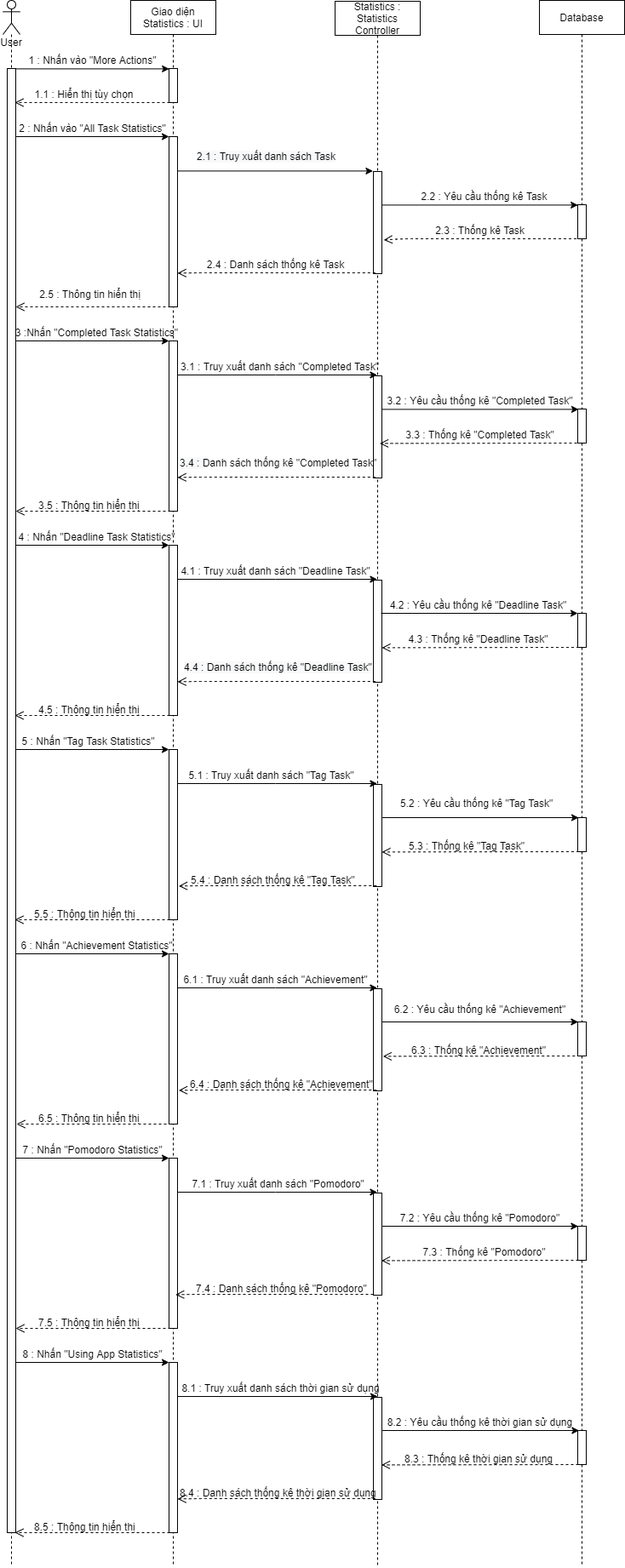
Before: ToDoApp-Doc/Document/Diagram/Sequence Diagram/Statistics/Statistics_SequenceDiagram.png, a diagram exported from draw.io (Merevoli-DatLuu/To-Do-App). Source tidied: cells renumbered, new cells last; positions are measured from the earlier drawing's top-left corner, leaving out a move shared by most shapes.
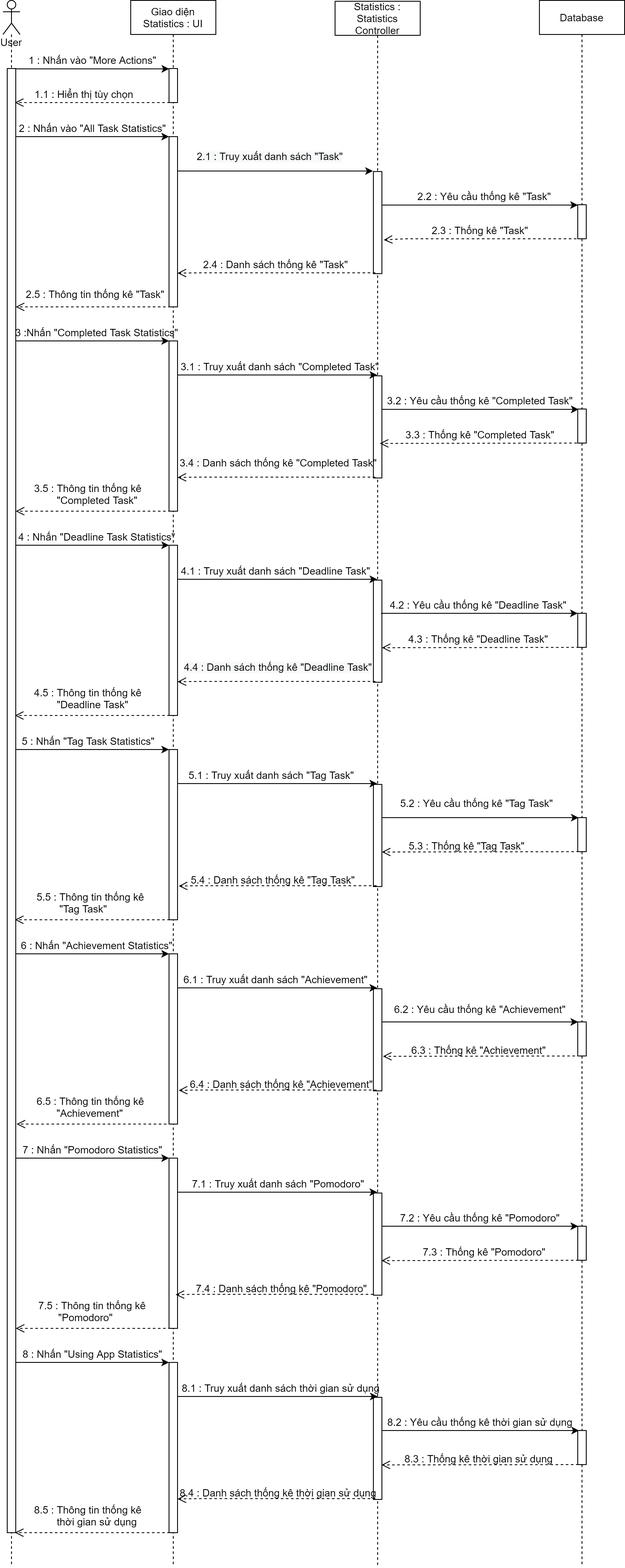
Above is the later version.

Commit message:
[Modified] : Statistics_SequenceDiagram Image

The edit, as a diff of the source:
```diff
@@ -109,8 +109,8 @@
     <mxCell id="36" style="edgeStyle=none;rounded=0;jettySize=auto;html=1;entryX=0.02;entryY=0.01;entryDx=0;entryDy=0;entryPerimeter=0;" parent="1" edge="1" source="22" target="3">
       <mxGeometry relative="1" as="geometry" />
     </mxCell>
-    <mxCell id="37" value="2.2 : Yêu cầu thống kê Task" style="text;html=1;align=center;verticalAlign=middle;" parent="1" vertex="1">
-      <mxGeometry x="485" y="220" width="160" height="20" as="geometry" />
+    <mxCell id="37" value="2.2 : Yêu cầu thống kê &quot;Task&quot;" style="text;html=1;align=center;verticalAlign=middle;" parent="1" vertex="1">
+      <mxGeometry x="480" y="220" width="170" height="20" as="geometry" />
     </mxCell>
     <mxCell id="38" style="html=1;verticalAlign=bottom;endArrow=open;dashed=1;endSize=8;entryX=1.22;entryY=0.67;entryDx=0;entryDy=0;entryPerimeter=0;" parent="1" edge="1" source="2" target="22">
       <mxGeometry relative="1" as="geometry">
@@ -119,11 +119,11 @@
         </Array>
       </mxGeometry>
     </mxCell>
-    <mxCell id="39" value="2.3 : Thống kê Task" style="text;html=1;align=center;verticalAlign=middle;" parent="1" vertex="1">
-      <mxGeometry x="500" y="260" width="120" height="20" as="geometry" />
+    <mxCell id="39" value="2.3 : Thống kê &quot;Task&quot;" style="text;html=1;align=center;verticalAlign=middle;" parent="1" vertex="1">
+      <mxGeometry x="495" y="260" width="130" height="20" as="geometry" />
     </mxCell>
-    <mxCell id="40" value="2.5 : Thông tin hiển thị" style="text;html=1;align=center;verticalAlign=middle;" parent="1" vertex="1">
-      <mxGeometry x="37" y="335" width="130" height="20" as="geometry" />
+    <mxCell id="40" value="2.5 :&amp;nbsp;&lt;span style=&quot;font-family: &amp;#34;helvetica&amp;#34; ; text-align: left&quot;&gt;Thông tin&amp;nbsp;&lt;/span&gt;&lt;span style=&quot;font-family: &amp;#34;helvetica&amp;#34; ; text-align: left&quot;&gt;thống kê&lt;/span&gt;&amp;nbsp;&quot;Task&quot;" style="text;html=1;align=center;verticalAlign=middle;" parent="1" vertex="1">
+      <mxGeometry x="17.5" y="335" width="180" height="20" as="geometry" />
     </mxCell>
     <mxCell id="41" style="edgeStyle=none;rounded=0;jettySize=auto;html=1;" parent="1" edge="1" target="14">
       <mxGeometry relative="1" as="geometry">
@@ -176,8 +176,8 @@
         <mxPoint x="15" y="360" as="targetPoint" />
       </mxGeometry>
     </mxCell>
-    <mxCell id="52" value="&lt;span style=&quot;text-align: center&quot;&gt;3.5 : Thông tin hiển thị&lt;/span&gt;" style="text;whiteSpace=wrap;html=1;" parent="1" vertex="1">
-      <mxGeometry x="40" y="580" width="130" height="30" as="geometry" />
+    <mxCell id="52" value="&lt;span style=&quot;text-align: center&quot;&gt;3.5 :&amp;nbsp;&lt;/span&gt;&lt;span style=&quot;font-family: &amp;#34;helvetica&amp;#34;&quot;&gt;Thông tin&amp;nbsp;&lt;/span&gt;&lt;span style=&quot;font-family: &amp;#34;helvetica&amp;#34;&quot;&gt;thống kê&amp;nbsp; &amp;nbsp; &amp;nbsp; &amp;nbsp; &amp;nbsp; &amp;nbsp; &quot;Completed Task&quot;&lt;/span&gt;" style="text;whiteSpace=wrap;html=1;" parent="1" vertex="1">
+      <mxGeometry x="35" y="560" width="140" height="40" as="geometry" />
     </mxCell>
     <mxCell id="53" style="html=1;verticalAlign=bottom;endArrow=open;dashed=1;endSize=8;" parent="1" edge="1">
       <mxGeometry relative="1" as="geometry">
@@ -194,8 +194,8 @@
         </Array>
       </mxGeometry>
     </mxCell>
-    <mxCell id="55" value="2.4 : Danh sách thống kê Task" style="text;html=1;align=center;verticalAlign=middle;" parent="1" vertex="1">
-      <mxGeometry x="230" y="300" width="180" height="20" as="geometry" />
+    <mxCell id="55" value="2.4 : Danh sách thống kê &quot;Task&quot;" style="text;html=1;align=center;verticalAlign=middle;" parent="1" vertex="1">
+      <mxGeometry x="225" y="300" width="190" height="20" as="geometry" />
     </mxCell>
     <mxCell id="56" style="html=1;verticalAlign=bottom;endArrow=open;dashed=1;endSize=8;entryX=1.22;entryY=0.67;entryDx=0;entryDy=0;entryPerimeter=0;" parent="1" edge="1">
       <mxGeometry relative="1" as="geometry">
@@ -260,8 +260,8 @@
     <mxCell id="74" value="8.2 : Yêu cầu thống kê thời gian sử dụng" style="text;html=1;align=center;verticalAlign=middle;" parent="1" vertex="1">
       <mxGeometry x="445" y="1660" width="230" height="20" as="geometry" />
     </mxCell>
-    <mxCell id="75" value="&lt;span style=&quot;text-align: center&quot;&gt;4.5 : Thông tin hiển thị&lt;/span&gt;" style="text;whiteSpace=wrap;html=1;" parent="1" vertex="1">
-      <mxGeometry x="40" y="820" width="150" height="30" as="geometry" />
+    <mxCell id="75" value="&lt;span style=&quot;text-align: center&quot;&gt;4.5 :&amp;nbsp;&lt;/span&gt;&lt;span style=&quot;font-family: &amp;#34;helvetica&amp;#34;&quot;&gt;Thông tin&amp;nbsp;&lt;/span&gt;&lt;span style=&quot;font-family: &amp;#34;helvetica&amp;#34;&quot;&gt;thống kê&amp;nbsp; &amp;nbsp; &amp;nbsp; &amp;nbsp; &amp;nbsp; &amp;nbsp; &amp;nbsp; &quot;Deadline Task&quot;&lt;/span&gt;" style="text;whiteSpace=wrap;html=1;" parent="1" vertex="1">
+      <mxGeometry x="35" y="800" width="150" height="30" as="geometry" />
     </mxCell>
     <mxCell id="76" style="html=1;verticalAlign=bottom;endArrow=open;dashed=1;endSize=8;" parent="1" edge="1">
       <mxGeometry relative="1" as="geometry">
@@ -359,8 +359,8 @@
         </Array>
       </mxGeometry>
     </mxCell>
-    <mxCell id="93" value="&lt;span style=&quot;text-align: center&quot;&gt;5.5 : Thông tin hiển thị&lt;/span&gt;" style="text;whiteSpace=wrap;html=1;" parent="1" vertex="1">
-      <mxGeometry x="35" y="1060" width="140" height="30" as="geometry" />
+    <mxCell id="93" value="&lt;span style=&quot;text-align: center&quot;&gt;5.5 :&amp;nbsp;&lt;/span&gt;&lt;span style=&quot;font-family: &amp;#34;helvetica&amp;#34;&quot;&gt;Thông tin&amp;nbsp;&lt;/span&gt;&lt;span style=&quot;font-family: &amp;#34;helvetica&amp;#34;&quot;&gt;thống kê&amp;nbsp; &amp;nbsp; &amp;nbsp; &amp;nbsp; &amp;nbsp; &quot;Tag Task&quot;&lt;/span&gt;" style="text;whiteSpace=wrap;html=1;" parent="1" vertex="1">
+      <mxGeometry x="37.5" y="1040" width="135" height="30" as="geometry" />
     </mxCell>
     <mxCell id="94" style="html=1;verticalAlign=bottom;endArrow=open;dashed=1;endSize=8;" parent="1" edge="1">
       <mxGeometry relative="1" as="geometry">
@@ -407,8 +407,8 @@
         </Array>
       </mxGeometry>
     </mxCell>
-    <mxCell id="101" value="&lt;span style=&quot;text-align: center&quot;&gt;6.5 : Thông tin hiển thị&lt;/span&gt;" style="text;whiteSpace=wrap;html=1;" parent="1" vertex="1">
-      <mxGeometry x="40" y="1300" width="140" height="30" as="geometry" />
+    <mxCell id="101" value="&lt;span style=&quot;text-align: center&quot;&gt;6.5 :&amp;nbsp;&lt;/span&gt;&lt;span style=&quot;font-family: &amp;#34;helvetica&amp;#34;&quot;&gt;Thông tin&amp;nbsp;&lt;/span&gt;&lt;span style=&quot;font-family: &amp;#34;helvetica&amp;#34;&quot;&gt;thống kê&amp;nbsp; &amp;nbsp; &amp;nbsp; &amp;nbsp; &amp;nbsp; &amp;nbsp; &amp;nbsp;&quot;Achievement&quot;&lt;/span&gt;" style="text;whiteSpace=wrap;html=1;" parent="1" vertex="1">
+      <mxGeometry x="37.5" y="1280" width="145" height="30" as="geometry" />
     </mxCell>
     <mxCell id="102" style="html=1;verticalAlign=bottom;endArrow=open;dashed=1;endSize=8;" parent="1" edge="1">
       <mxGeometry relative="1" as="geometry">
@@ -455,8 +455,8 @@
         </Array>
       </mxGeometry>
     </mxCell>
-    <mxCell id="109" value="&lt;span style=&quot;text-align: center&quot;&gt;7.5 : Thông tin hiển thị&lt;/span&gt;" style="text;whiteSpace=wrap;html=1;" parent="1" vertex="1">
-      <mxGeometry x="40" y="1540" width="140" height="30" as="geometry" />
+    <mxCell id="109" value="&lt;span style=&quot;text-align: center&quot;&gt;7.5 :&amp;nbsp;&lt;/span&gt;&lt;span style=&quot;font-family: &amp;#34;helvetica&amp;#34;&quot;&gt;Thông tin&amp;nbsp;&lt;/span&gt;&lt;span style=&quot;font-family: &amp;#34;helvetica&amp;#34;&quot;&gt;thống kê&amp;nbsp; &amp;nbsp; &amp;nbsp; &amp;nbsp; &amp;nbsp; &amp;nbsp;&quot;Pomodoro&quot;&lt;/span&gt;" style="text;whiteSpace=wrap;html=1;" parent="1" vertex="1">
+      <mxGeometry x="40" y="1520" width="140" height="30" as="geometry" />
     </mxCell>
     <mxCell id="110" style="html=1;verticalAlign=bottom;endArrow=open;dashed=1;endSize=8;" parent="1" edge="1">
       <mxGeometry relative="1" as="geometry">
@@ -509,10 +509,10 @@
         <mxPoint x="14" y="1800" as="targetPoint" />
       </mxGeometry>
     </mxCell>
-    <mxCell id="118" value="&lt;span style=&quot;text-align: center&quot;&gt;8.5 : Thông tin hiển thị&lt;/span&gt;" style="text;whiteSpace=wrap;html=1;" parent="1" vertex="1">
-      <mxGeometry x="35" y="1780" width="140" height="30" as="geometry" />
+    <mxCell id="118" value="&lt;span style=&quot;text-align: center&quot;&gt;8.5 :&amp;nbsp;&lt;/span&gt;&lt;span style=&quot;font-family: &amp;#34;helvetica&amp;#34;&quot;&gt;Thông tin&amp;nbsp;&lt;/span&gt;&lt;span style=&quot;font-family: &amp;#34;helvetica&amp;#34;&quot;&gt;thống kê&amp;nbsp; &amp;nbsp; &amp;nbsp; &amp;nbsp; &amp;nbsp; &amp;nbsp; thời gian sử dụng&lt;/span&gt;" style="text;whiteSpace=wrap;html=1;" parent="1" vertex="1">
+      <mxGeometry x="35" y="1760" width="140" height="30" as="geometry" />
     </mxCell>
-    <mxCell id="119" value="&lt;span style=&quot;color: rgb(0 , 0 , 0) ; font-family: &amp;#34;helvetica&amp;#34; ; font-size: 12px ; font-style: normal ; font-weight: 400 ; letter-spacing: normal ; text-align: center ; text-indent: 0px ; text-transform: none ; word-spacing: 0px ; background-color: rgb(248 , 249 , 250) ; display: inline ; float: none&quot;&gt;2.1 : Truy xuất danh sách Task&lt;/span&gt;" style="text;whiteSpace=wrap;html=1;" parent="1" vertex="1">
+    <mxCell id="119" value="&lt;span style=&quot;color: rgb(0 , 0 , 0) ; font-family: &amp;#34;helvetica&amp;#34; ; font-size: 12px ; font-style: normal ; font-weight: 400 ; letter-spacing: normal ; text-align: center ; text-indent: 0px ; text-transform: none ; word-spacing: 0px ; background-color: rgb(248 , 249 , 250) ; display: inline ; float: none&quot;&gt;2.1 : Truy xuất danh sách &quot;Task&quot;&lt;/span&gt;" style="text;whiteSpace=wrap;html=1;" parent="1" vertex="1">
       <mxGeometry x="225.6" y="170" width="200" height="30" as="geometry" />
     </mxCell>
   </root>
```
